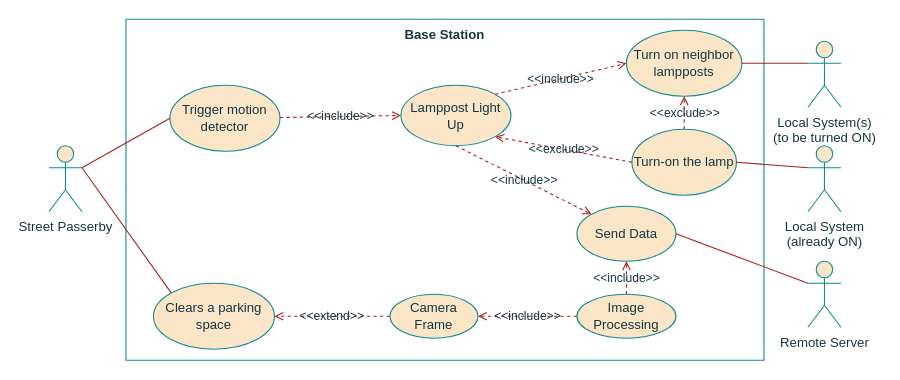
The draw.io diagram page "BS_UseCase" (2 of 7) of project/report/flowcharts/LocalSystem.drawio in ESRGgroup9/slipad, before the edit. Source tidied: cells renumbered, new cells numbered last; positions are measured from the earlier drawing's top-left corner, leaving out a move shared by most shapes. Both pictures are drawn from the tidied source at 110%, with x=0, y=0 at pixel (48, 19).
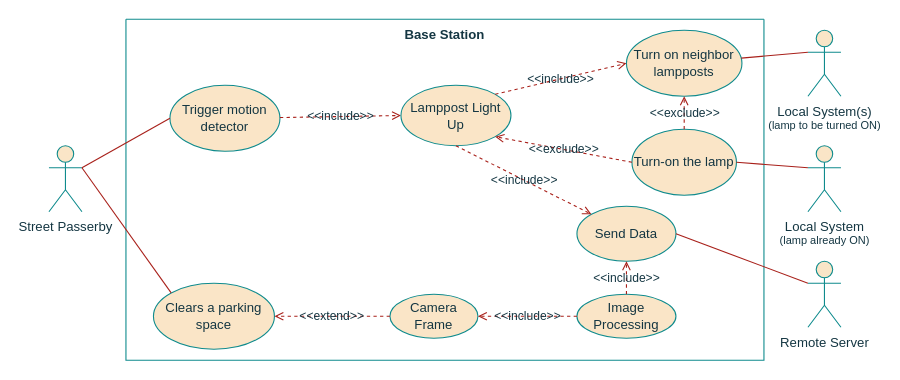
The same page after the edit.

The edit, as a diff of the source:
```diff
@@
-    <mxCell id="20" value="&lt;div&gt;Local System(s)&lt;/div&gt;&lt;div&gt;(to be turned ON)&lt;br&gt;&lt;/div&gt;" style="shape=umlActor;verticalLabelPosition=bottom;verticalAlign=top;html=1;outlineConnect=0;fillColor=#FAE5C7;strokeColor=#0F8B8D;fontColor=#143642;" parent="1" vertex="1">
-      <mxGeometry x="690" y="20" width="30" height="60" as="geometry" />
+    <mxCell id="20" value="&lt;div&gt;Local System(s)&lt;/div&gt;&lt;div style=&quot;font-size: 10px&quot;&gt;(lamp to be turned ON)&lt;br&gt;&lt;/div&gt;" style="shape=umlActor;verticalLabelPosition=bottom;verticalAlign=top;html=1;outlineConnect=0;fillColor=#FAE5C7;strokeColor=#0F8B8D;fontColor=#143642;" parent="1" vertex="1">
+      <mxGeometry x="690" y="10" width="30" height="60" as="geometry" />
     </mxCell>
@@
-    <mxCell id="27" value="&lt;div&gt;Local System&lt;/div&gt;&lt;div&gt;(already ON)&lt;br&gt;&lt;/div&gt;" style="shape=umlActor;verticalLabelPosition=bottom;verticalAlign=top;html=1;outlineConnect=0;fillColor=#FAE5C7;strokeColor=#0F8B8D;fontColor=#143642;" parent="1" vertex="1">
+    <mxCell id="27" value="&lt;div&gt;Local System&lt;/div&gt;&lt;div style=&quot;font-size: 10px&quot;&gt;(lamp already ON)&lt;br&gt;&lt;/div&gt;" style="shape=umlActor;verticalLabelPosition=bottom;verticalAlign=top;html=1;outlineConnect=0;fillColor=#FAE5C7;strokeColor=#0F8B8D;fontColor=#143642;" parent="1" vertex="1">
       <mxGeometry x="690" y="115" width="30" height="60" as="geometry" />
     </mxCell>
```
